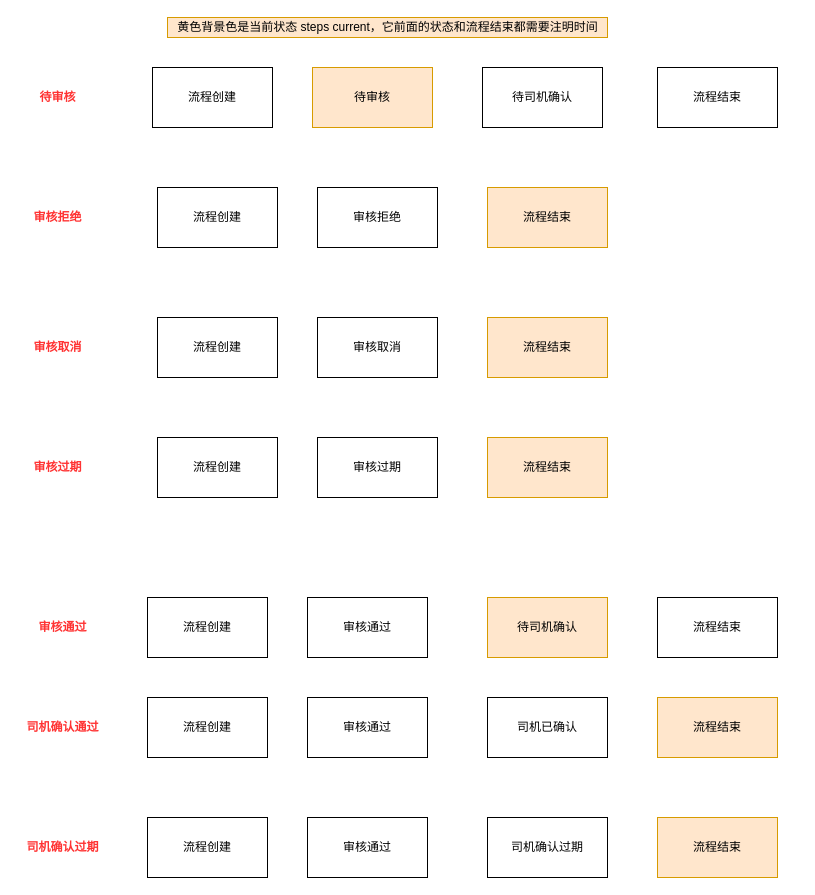
This is draft/demo Diagram.drawio from alanhaledc/my-draw, a draw.io file, before an edit. Source tidied: cells renumbered, new cells numbered last; positions are measured from the earlier drawing's top-left corner, leaving out a move shared by most shapes. Both pictures are drawn from the tidied source at 100%, with x=0, y=0 at pixel (17, 17).
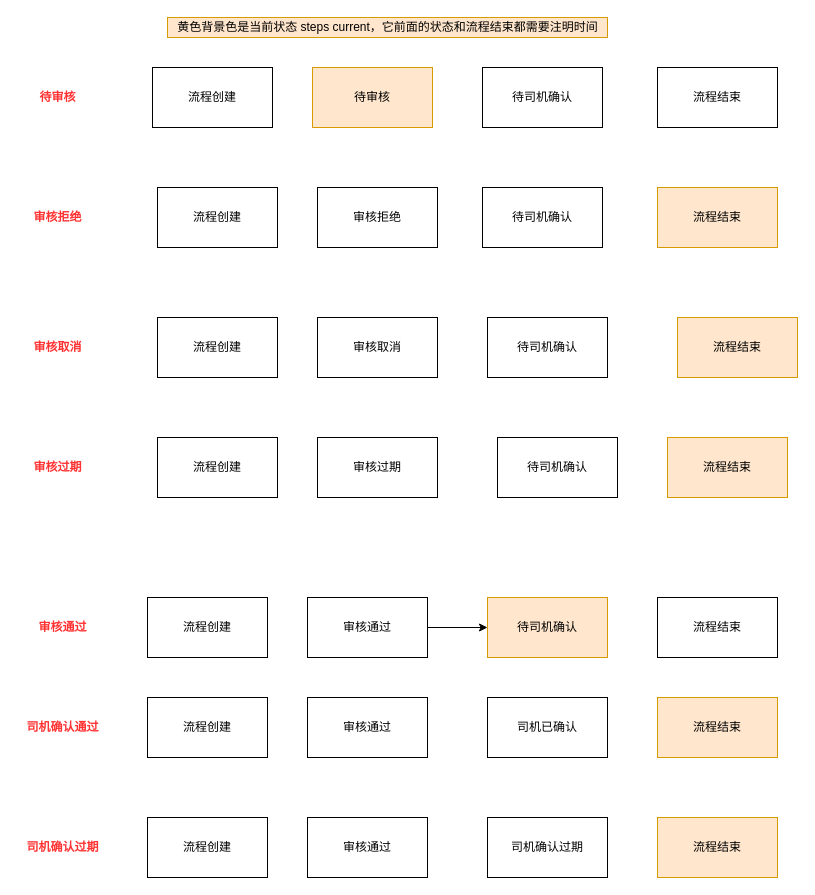
The same page after the edit.

The change refers to these unchanged cells:
```xml
<mxCell id="6" value="审核通过" style="rounded=0;whiteSpace=wrap;html=1;" parent="1" vertex="1">
  <mxGeometry x="290" y="580" width="120" height="60" as="geometry" />
</mxCell>
<mxCell id="7" value="待司机确认" style="rounded=0;whiteSpace=wrap;html=1;fillColor=#ffe6cc;strokeColor=#d79b00;" parent="1" vertex="1">
  <mxGeometry x="470" y="580" width="120" height="60" as="geometry" />
</mxCell>
```

Diff of the diagram source:
```diff
@@
     <mxCell id="4" value="流程结束" style="rounded=0;whiteSpace=wrap;html=1;fillColor=#ffe6cc;strokeColor=#d79b00;" parent="1" vertex="1">
-      <mxGeometry x="470" y="170" width="120" height="60" as="geometry" />
+      <mxGeometry x="640" y="170" width="120" height="60" as="geometry" />
     </mxCell>
@@
+    <mxCell id="35" style="edgeStyle=orthogonalEdgeStyle;rounded=0;jettySize=auto;html=1;" parent="1" edge="1" source="6" target="7">
+      <mxGeometry relative="1" as="geometry" />
+    </mxCell>
@@
     <mxCell id="18" value="流程结束" style="rounded=0;whiteSpace=wrap;html=1;fillColor=#ffe6cc;strokeColor=#d79b00;" parent="1" vertex="1">
-      <mxGeometry x="470" y="300" width="120" height="60" as="geometry" />
+      <mxGeometry x="660" y="300" width="120" height="60" as="geometry" />
     </mxCell>
@@
     <mxCell id="22" value="流程结束" style="rounded=0;whiteSpace=wrap;html=1;fillColor=#ffe6cc;strokeColor=#d79b00;" parent="1" vertex="1">
-      <mxGeometry x="470" y="420" width="120" height="60" as="geometry" />
+      <mxGeometry x="650" y="420" width="120" height="60" as="geometry" />
     </mxCell>
@@
+    <mxCell id="36" value="待司机确认" style="rounded=0;whiteSpace=wrap;html=1;" parent="1" vertex="1">
+      <mxGeometry x="465" y="170" width="120" height="60" as="geometry" />
+    </mxCell>
+    <mxCell id="37" value="待司机确认" style="rounded=0;whiteSpace=wrap;html=1;" parent="1" vertex="1">
+      <mxGeometry x="470" y="300" width="120" height="60" as="geometry" />
+    </mxCell>
+    <mxCell id="38" value="待司机确认" style="rounded=0;whiteSpace=wrap;html=1;" parent="1" vertex="1">
+      <mxGeometry x="480" y="420" width="120" height="60" as="geometry" />
+    </mxCell>
```
